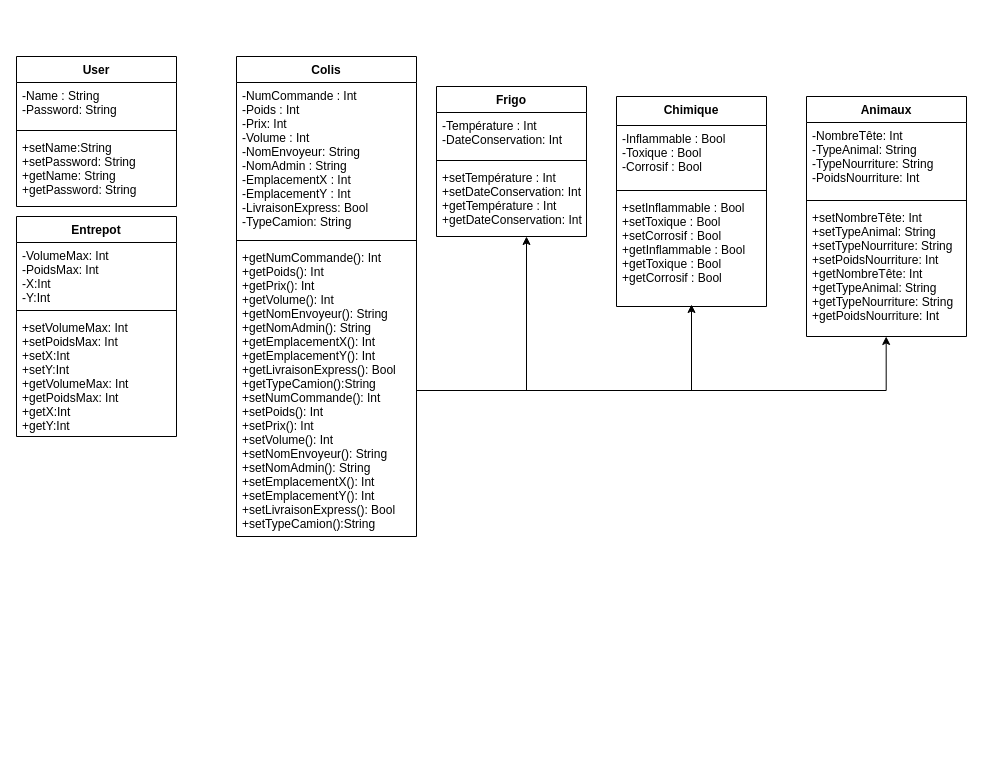
Earlier version of the draw.io diagram Untitled Diagram.drawio.xml (Gyom03/Hackathon). Source tidied: cells renumbered, new cells numbered last; positions are measured from the earlier drawing's top-left corner, leaving out a move shared by most shapes. Both pictures are drawn from the tidied source at 100%, with x=0, y=0 at pixel (16, 56).
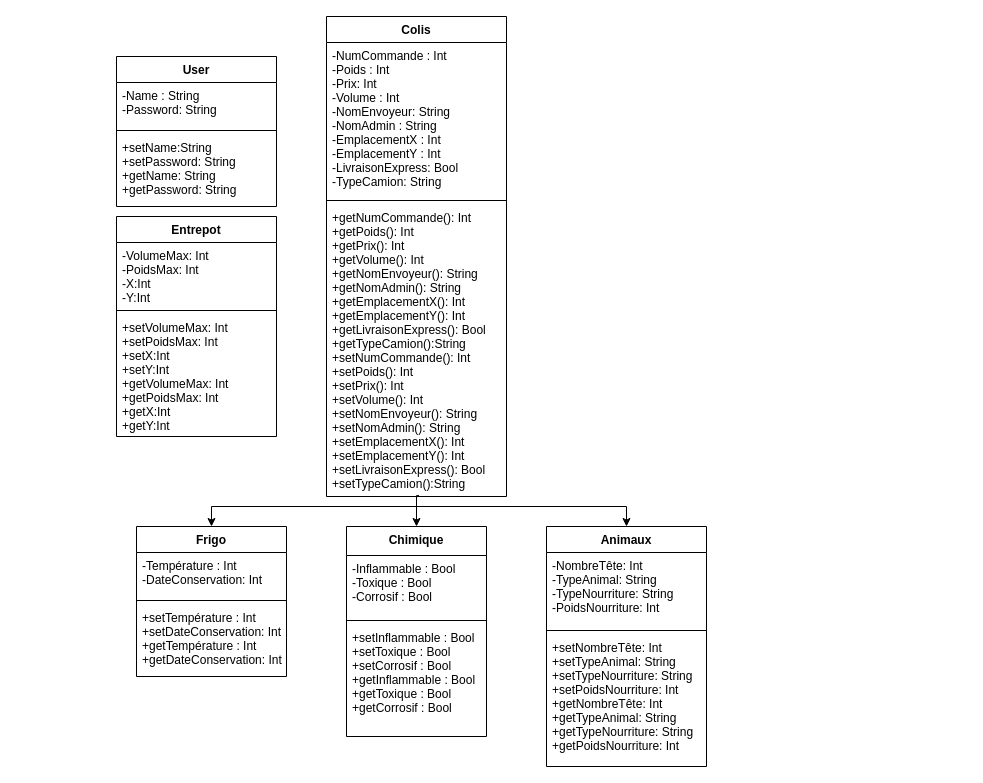
The same page after the edit.

Unchanged cells that the change refers to:
```xml
<mxCell id="5" value="+setTempérature : Int&#10;+setDateConservation: Int&#10;+getTempérature : Int&#10;+getDateConservation: Int" style="text;strokeColor=none;fillColor=none;align=left;verticalAlign=top;spacingLeft=4;spacingRight=4;overflow=hidden;points=[[0,0.5],[1,0.5]];portConstraint=eastwest;" parent="2" vertex="1">
  <mxGeometry y="78" width="150" height="72" as="geometry" />
</mxCell>
<mxCell id="13" value="+getNumCommande(): Int&#10;+getPoids(): Int&#10;+getPrix(): Int&#10;+getVolume(): Int&#10;+getNomEnvoyeur(): String&#10;+getNomAdmin(): String&#10;+getEmplacementX(): Int&#10;+getEmplacementY(): Int&#10;+getLivraisonExpress(): Bool&#10;+getTypeCamion():String&#10;+setNumCommande(): Int&#10;+setPoids(): Int&#10;+setPrix(): Int&#10;+setVolume(): Int&#10;+setNomEnvoyeur(): String&#10;+setNomAdmin(): String&#10;+setEmplacementX(): Int&#10;+setEmplacementY(): Int&#10;+setLivraisonExpress(): Bool&#10;+setTypeCamion():String" style="text;strokeColor=none;fillColor=none;align=left;verticalAlign=top;spacingLeft=4;spacingRight=4;overflow=hidden;points=[[0,0.5],[1,0.5]];portConstraint=eastwest;" parent="10" vertex="1">
  <mxGeometry y="188" width="180" height="292" as="geometry" />
</mxCell>
<mxCell id="17" value="+setNombreTête: Int&#10;+setTypeAnimal: String&#10;+setTypeNourriture: String&#10;+setPoidsNourriture: Int&#10;+getNombreTête: Int&#10;+getTypeAnimal: String&#10;+getTypeNourriture: String&#10;+getPoidsNourriture: Int" style="text;strokeColor=none;fillColor=none;align=left;verticalAlign=top;spacingLeft=4;spacingRight=4;overflow=hidden;points=[[0,0.5],[1,0.5]];portConstraint=eastwest;" parent="14" vertex="1">
  <mxGeometry y="108" width="160" height="132" as="geometry" />
</mxCell>
```

The edit, as a diff of the source:
```diff
@@
     <mxCell id="2" value="Frigo" style="swimlane;fontStyle=1;align=center;verticalAlign=top;horizontal=1;startSize=26;" parent="1" vertex="1">
-      <mxGeometry x="420" y="30" width="150" height="150" as="geometry" />
+      <mxGeometry x="120" y="470" width="150" height="150" as="geometry" />
     </mxCell>
@@
     <mxCell id="6" value="Chimique" style="swimlane;fontStyle=1;align=center;verticalAlign=top;horizontal=1;startSize=29;" parent="1" vertex="1">
-      <mxGeometry x="600" y="40" width="150" height="210" as="geometry" />
+      <mxGeometry x="330" y="470" width="140" height="210" as="geometry" />
     </mxCell>
     <mxCell id="7" value="-Inflammable : Bool&#10;-Toxique : Bool&#10;-Corrosif : Bool" style="text;strokeColor=none;fillColor=none;align=left;verticalAlign=top;spacingLeft=4;spacingRight=4;overflow=hidden;" parent="6" vertex="1">
-      <mxGeometry y="29" width="150" height="61" as="geometry" />
+      <mxGeometry y="29" width="140" height="61" as="geometry" />
     </mxCell>
     <mxCell id="8" style="line;strokeWidth=1;fillColor=none;align=left;verticalAlign=middle;spacingTop=-1;spacingLeft=3;spacingRight=3;labelPosition=right;" parent="6" vertex="1">
-      <mxGeometry y="90" width="150" height="8" as="geometry" />
+      <mxGeometry y="90" width="140" height="8" as="geometry" />
     </mxCell>
     <mxCell id="9" value="+setInflammable : Bool&#10;+setToxique : Bool&#10;+setCorrosif : Bool&#10;+getInflammable : Bool&#10;+getToxique : Bool&#10;+getCorrosif : Bool" style="text;strokeColor=none;fillColor=none;align=left;verticalAlign=top;spacingLeft=4;spacingRight=4;overflow=hidden;" parent="6" vertex="1">
-      <mxGeometry y="98" width="150" height="112" as="geometry" />
+      <mxGeometry y="98" width="140" height="112" as="geometry" />
     </mxCell>
+    <mxCell id="29" style="edgeStyle=orthogonalEdgeStyle;rounded=0;jettySize=auto;html=1;entryX=0.5;entryY=0;entryDx=0;entryDy=0;" parent="1" edge="1" source="10" target="2">
+      <mxGeometry relative="1" as="geometry">
+        <Array as="points">
+          <mxPoint x="400" y="450" />
+          <mxPoint x="195" y="450" />
+        </Array>
+      </mxGeometry>
+    </mxCell>
+    <mxCell id="30" style="edgeStyle=orthogonalEdgeStyle;rounded=0;jettySize=auto;html=1;entryX=0.5;entryY=0;entryDx=0;entryDy=0;" parent="1" edge="1" source="10" target="14">
+      <mxGeometry relative="1" as="geometry">
+        <Array as="points">
+          <mxPoint x="400" y="450" />
+          <mxPoint x="610" y="450" />
+        </Array>
+      </mxGeometry>
+    </mxCell>
     <mxCell id="10" value="Colis" style="swimlane;fontStyle=1;align=center;verticalAlign=top;horizontal=1;startSize=26;" parent="1" vertex="1">
-      <mxGeometry x="220" width="180" height="480" as="geometry" />
+      <mxGeometry x="310" y="-40" width="180" height="480" as="geometry" />
     </mxCell>
@@
     <mxCell id="14" value="Animaux" style="swimlane;fontStyle=1;align=center;verticalAlign=top;horizontal=1;startSize=26;" parent="1" vertex="1">
-      <mxGeometry x="790" y="40" width="160" height="240" as="geometry" />
+      <mxGeometry x="530" y="470" width="160" height="240" as="geometry" />
     </mxCell>
@@
     <mxCell id="18" value="Entrepot" style="swimlane;fontStyle=1;align=center;verticalAlign=top;horizontal=1;startSize=26;" parent="1" vertex="1">
-      <mxGeometry y="160" width="160" height="220" as="geometry" />
+      <mxGeometry x="100" y="160" width="160" height="220" as="geometry" />
     </mxCell>
@@
     <mxCell id="22" value="User" style="swimlane;fontStyle=1;align=center;verticalAlign=top;horizontal=1;startSize=26;" parent="1" vertex="1">
-      <mxGeometry width="160" height="150" as="geometry" />
+      <mxGeometry x="100" width="160" height="150" as="geometry" />
     </mxCell>
@@
-    <mxCell id="26" style="edgeStyle=orthogonalEdgeStyle;rounded=0;jettySize=auto;html=1;entryX=0.6;entryY=1;entryDx=0;entryDy=0;entryPerimeter=0;" parent="1" edge="1" source="13" target="5">
-      <mxGeometry relative="1" as="geometry" />
-    </mxCell>
-    <mxCell id="27" style="edgeStyle=orthogonalEdgeStyle;rounded=0;jettySize=auto;html=1;" parent="1" edge="1" source="13">
-      <mxGeometry relative="1" as="geometry">
-        <mxPoint x="675" y="248" as="targetPoint" />
-        <Array as="points">
-          <mxPoint x="675" y="334" />
-        </Array>
-      </mxGeometry>
-    </mxCell>
-    <mxCell id="28" style="edgeStyle=orthogonalEdgeStyle;rounded=0;jettySize=auto;html=1;entryX=0.498;entryY=1;entryDx=0;entryDy=0;entryPerimeter=0;" parent="1" edge="1" source="13" target="17">
-      <mxGeometry relative="1" as="geometry" />
-    </mxCell>
+    <mxCell id="31" style="edgeStyle=orthogonalEdgeStyle;rounded=0;jettySize=auto;html=1;entryX=0.5;entryY=0;entryDx=0;entryDy=0;exitX=0.514;exitY=0.997;exitDx=0;exitDy=0;exitPerimeter=0;" parent="1" edge="1" source="13" target="6">
+      <mxGeometry relative="1" as="geometry" />
+    </mxCell>
```
